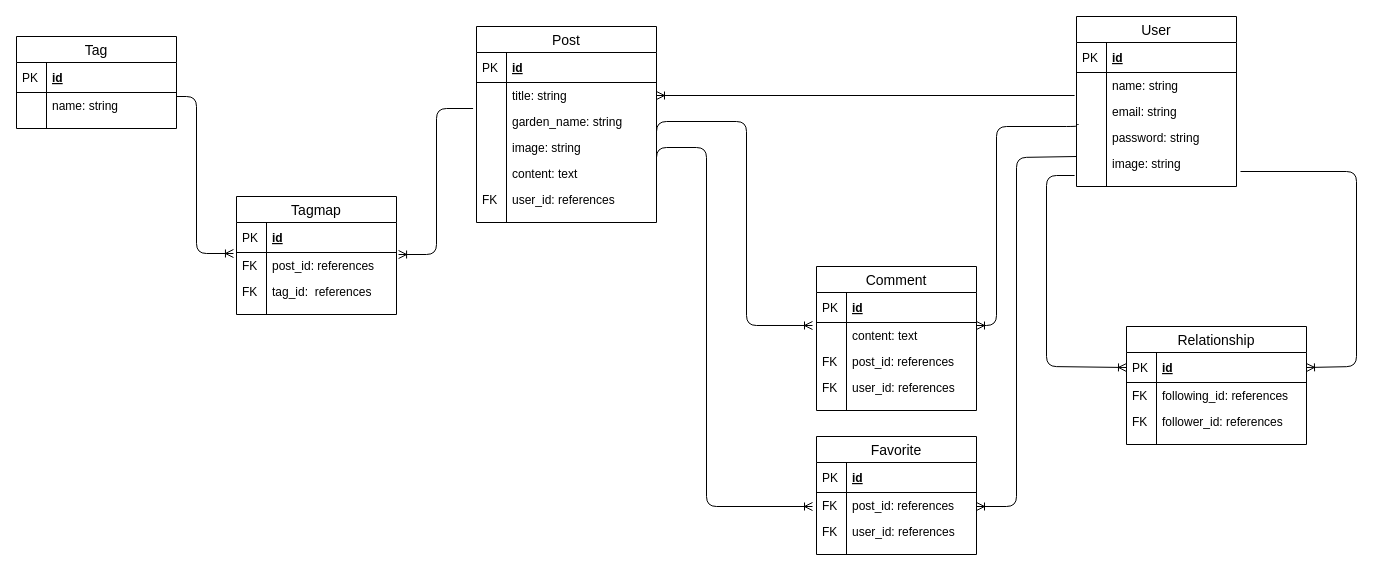
Above: niwaai.drawio in TakashiAoki5816/niwaai (draw.io), before the change. Source tidied: cells renumbered, new cells numbered last; positions are measured from the earlier drawing's top-left corner, leaving out a move shared by most shapes. Both pictures are drawn from the tidied source at 100%, with x=0, y=0 at pixel (16, 16).
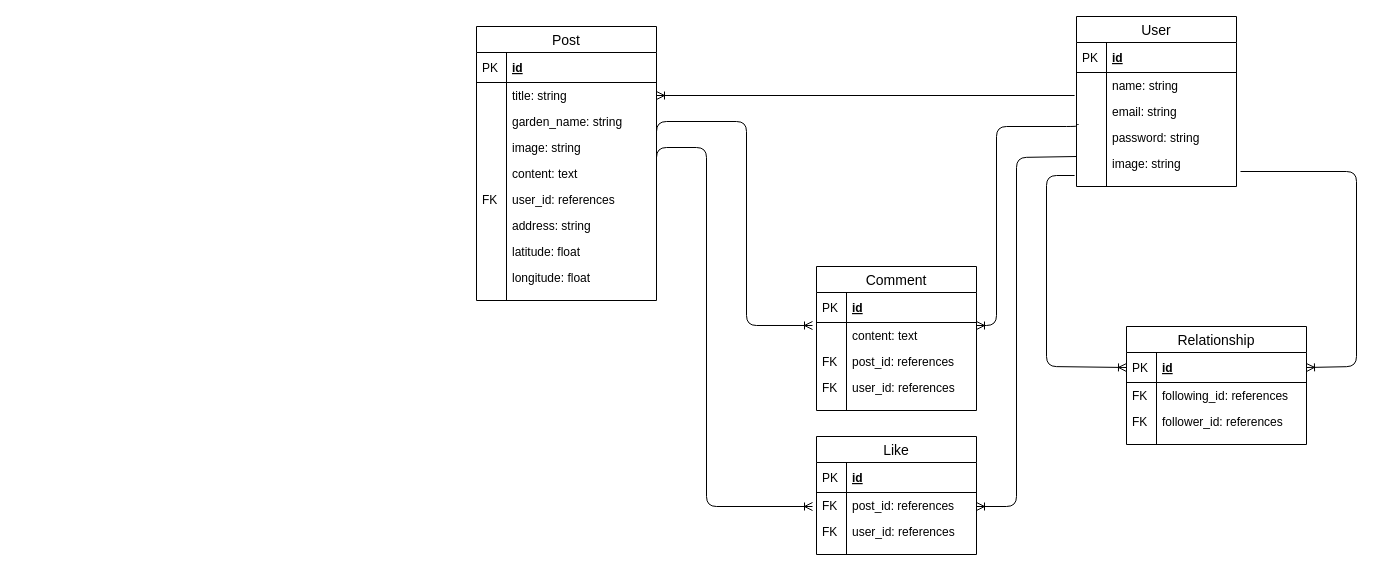
Above is the later version.

The change refers to these unchanged cells:
```xml
<mxCell id="56" value="title: string" style="shape=partialRectangle;top=0;left=0;right=0;bottom=0;align=left;verticalAlign=top;fillColor=none;spacingLeft=34;spacingRight=4;overflow=hidden;points=[[0,0.5],[1,0.5]];portConstraint=eastwest;fontSize=12;" parent="53" vertex="1">
  <mxGeometry y="56" width="180" height="26" as="geometry" />
</mxCell>
```

Change to the diagram source:
```diff
@@
-    <mxCell id="9" style="fontSize=12;html=1;endArrow=ERoneToMany;entryX=-0.019;entryY=0.038;entryDx=0;entryDy=0;entryPerimeter=0;edgeStyle=orthogonalEdgeStyle;" parent="1" edge="1" target="78">
-      <mxGeometry relative="1" as="geometry">
-        <mxPoint x="160" y="80" as="sourcePoint" />
-        <Array as="points">
-          <mxPoint x="180" y="80" />
-          <mxPoint x="180" y="237" />
-        </Array>
-      </mxGeometry>
-    </mxCell>
-    <mxCell id="10" style="fontSize=12;html=1;endArrow=ERoneToMany;edgeStyle=orthogonalEdgeStyle;exitX=-0.019;exitY=1;exitDx=0;exitDy=0;exitPerimeter=0;entryX=1.013;entryY=0.077;entryDx=0;entryDy=0;entryPerimeter=0;" parent="1" edge="1" source="56" target="78">
-      <mxGeometry relative="1" as="geometry">
-        <Array as="points">
-          <mxPoint x="420" y="92" />
-          <mxPoint x="420" y="238" />
-        </Array>
-      </mxGeometry>
-    </mxCell>
@@
-    <mxCell id="22" value="Favorite" style="swimlane;fontStyle=0;horizontal=1;startSize=26;align=center;fontSize=14;" parent="1" vertex="1">
+    <mxCell id="22" value="Like" style="swimlane;fontStyle=0;horizontal=1;startSize=26;align=center;fontSize=14;" parent="1" vertex="1">
       <mxGeometry x="800" y="420" width="160" height="118" as="geometry" />
     </mxCell>
@@
     <mxCell id="53" value="Post" style="swimlane;fontStyle=0;horizontal=1;startSize=26;align=center;fontSize=14;" parent="1" vertex="1">
-      <mxGeometry x="460" y="10" width="180" height="196" as="geometry" />
+      <mxGeometry x="460" y="10" width="180" height="274" as="geometry" />
     </mxCell>
@@
+    <mxCell id="84" value="address: string " style="shape=partialRectangle;top=0;left=0;right=0;bottom=0;align=left;verticalAlign=top;fillColor=none;spacingLeft=34;spacingRight=4;overflow=hidden;fontSize=12;" parent="53" vertex="1">
+      <mxGeometry y="186" width="180" height="26" as="geometry" />
+    </mxCell>
+    <mxCell id="85" style="shape=partialRectangle;top=0;left=0;bottom=0;fillColor=none;align=left;verticalAlign=top;spacingLeft=4;spacingRight=4;overflow=hidden;fontSize=12;" parent="84" vertex="1">
+      <mxGeometry width="30" height="26" as="geometry" />
+    </mxCell>
+    <mxCell id="86" value="latitude: float" style="shape=partialRectangle;top=0;left=0;right=0;bottom=0;align=left;verticalAlign=top;fillColor=none;spacingLeft=34;spacingRight=4;overflow=hidden;fontSize=12;" parent="53" vertex="1">
+      <mxGeometry y="212" width="180" height="26" as="geometry" />
+    </mxCell>
+    <mxCell id="87" style="shape=partialRectangle;top=0;left=0;bottom=0;fillColor=none;align=left;verticalAlign=top;spacingLeft=4;spacingRight=4;overflow=hidden;fontSize=12;" parent="86" vertex="1">
+      <mxGeometry width="30" height="26" as="geometry" />
+    </mxCell>
+    <mxCell id="88" value="longitude: float" style="shape=partialRectangle;top=0;left=0;right=0;bottom=0;align=left;verticalAlign=top;fillColor=none;spacingLeft=34;spacingRight=4;overflow=hidden;fontSize=12;" parent="53" vertex="1">
+      <mxGeometry y="238" width="180" height="26" as="geometry" />
+    </mxCell>
+    <mxCell id="89" style="shape=partialRectangle;top=0;left=0;bottom=0;fillColor=none;align=left;verticalAlign=top;spacingLeft=4;spacingRight=4;overflow=hidden;fontSize=12;" parent="88" vertex="1">
+      <mxGeometry width="30" height="26" as="geometry" />
+    </mxCell>
     <mxCell id="66" style="shape=partialRectangle;top=0;left=0;right=0;bottom=0;align=left;verticalAlign=top;fillColor=none;spacingLeft=34;spacingRight=4;overflow=hidden;fontSize=12;" parent="53" vertex="1">
-      <mxGeometry y="186" width="180" height="10" as="geometry" />
+      <mxGeometry y="264" width="180" height="10" as="geometry" />
     </mxCell>
@@
-    <mxCell id="68" value="Tag" style="swimlane;fontStyle=0;horizontal=1;startSize=26;align=center;fontSize=14;" parent="1" vertex="1">
-      <mxGeometry y="20" width="160" height="92" as="geometry" />
-    </mxCell>
-    <mxCell id="69" value="id" style="shape=partialRectangle;top=0;left=0;right=0;bottom=1;align=left;verticalAlign=middle;fillColor=none;spacingLeft=34;spacingRight=4;overflow=hidden;fontStyle=5;fontSize=12;" parent="68" vertex="1">
-      <mxGeometry y="26" width="160" height="30" as="geometry" />
-    </mxCell>
-    <mxCell id="70" value="PK" style="shape=partialRectangle;top=0;left=0;bottom=0;fillColor=none;align=left;verticalAlign=middle;spacingLeft=4;spacingRight=4;overflow=hidden;fontSize=12;" parent="69" vertex="1">
-      <mxGeometry width="30" height="30" as="geometry" />
-    </mxCell>
-    <mxCell id="71" value="name: string" style="shape=partialRectangle;top=0;left=0;right=0;bottom=0;align=left;verticalAlign=top;fillColor=none;spacingLeft=34;spacingRight=4;overflow=hidden;fontSize=12;" parent="68" vertex="1">
-      <mxGeometry y="56" width="160" height="26" as="geometry" />
-    </mxCell>
-    <mxCell id="72" style="shape=partialRectangle;top=0;left=0;bottom=0;fillColor=none;align=left;verticalAlign=top;spacingLeft=4;spacingRight=4;overflow=hidden;fontSize=12;" parent="71" vertex="1">
-      <mxGeometry width="30" height="26" as="geometry" />
-    </mxCell>
-    <mxCell id="73" style="shape=partialRectangle;top=0;left=0;right=0;bottom=0;align=left;verticalAlign=top;fillColor=none;spacingLeft=34;spacingRight=4;overflow=hidden;fontSize=12;" parent="68" vertex="1">
-      <mxGeometry y="82" width="160" height="10" as="geometry" />
-    </mxCell>
-    <mxCell id="74" style="shape=partialRectangle;top=0;left=0;bottom=0;fillColor=none;align=left;verticalAlign=top;spacingLeft=4;spacingRight=4;overflow=hidden;fontSize=12;" parent="73" vertex="1">
-      <mxGeometry width="30" height="10" as="geometry" />
-    </mxCell>
-    <mxCell id="75" value="Tagmap" style="swimlane;fontStyle=0;horizontal=1;startSize=26;align=center;fontSize=14;" parent="1" vertex="1">
-      <mxGeometry x="220" y="180" width="160" height="118" as="geometry" />
-    </mxCell>
-    <mxCell id="76" value="id" style="shape=partialRectangle;top=0;left=0;right=0;bottom=1;align=left;verticalAlign=middle;fillColor=none;spacingLeft=34;spacingRight=4;overflow=hidden;fontStyle=5;fontSize=12;" parent="75" vertex="1">
-      <mxGeometry y="26" width="160" height="30" as="geometry" />
-    </mxCell>
-    <mxCell id="77" value="PK" style="shape=partialRectangle;top=0;left=0;bottom=0;fillColor=none;align=left;verticalAlign=middle;spacingLeft=4;spacingRight=4;overflow=hidden;fontSize=12;" parent="76" vertex="1">
-      <mxGeometry width="30" height="30" as="geometry" />
-    </mxCell>
-    <mxCell id="78" value="post_id: references" style="shape=partialRectangle;top=0;left=0;right=0;bottom=0;align=left;verticalAlign=top;fillColor=none;spacingLeft=34;spacingRight=4;overflow=hidden;points=[[0,0.5],[1,0.5]];portConstraint=eastwest;fontSize=12;" parent="75" vertex="1">
-      <mxGeometry y="56" width="160" height="26" as="geometry" />
-    </mxCell>
-    <mxCell id="79" value="FK" style="shape=partialRectangle;top=0;left=0;bottom=0;fillColor=none;align=left;verticalAlign=top;spacingLeft=4;spacingRight=4;overflow=hidden;fontSize=12;" parent="78" vertex="1">
-      <mxGeometry width="30" height="26" as="geometry" />
-    </mxCell>
-    <mxCell id="80" value="tag_id:  references" style="shape=partialRectangle;top=0;left=0;right=0;bottom=0;align=left;verticalAlign=top;fillColor=none;spacingLeft=34;spacingRight=4;overflow=hidden;fontSize=12;" parent="75" vertex="1">
-      <mxGeometry y="82" width="160" height="26" as="geometry" />
-    </mxCell>
-    <mxCell id="81" value="FK" style="shape=partialRectangle;top=0;left=0;bottom=0;fillColor=none;align=left;verticalAlign=top;spacingLeft=4;spacingRight=4;overflow=hidden;fontSize=12;" parent="80" vertex="1">
-      <mxGeometry width="30" height="26" as="geometry" />
-    </mxCell>
-    <mxCell id="82" style="shape=partialRectangle;top=0;left=0;right=0;bottom=0;align=left;verticalAlign=top;fillColor=none;spacingLeft=34;spacingRight=4;overflow=hidden;fontSize=12;" parent="75" vertex="1">
-      <mxGeometry y="108" width="160" height="10" as="geometry" />
-    </mxCell>
-    <mxCell id="83" style="shape=partialRectangle;top=0;left=0;bottom=0;fillColor=none;align=left;verticalAlign=top;spacingLeft=4;spacingRight=4;overflow=hidden;fontSize=12;" parent="82" vertex="1">
-      <mxGeometry width="30" height="10" as="geometry" />
-    </mxCell>
```
